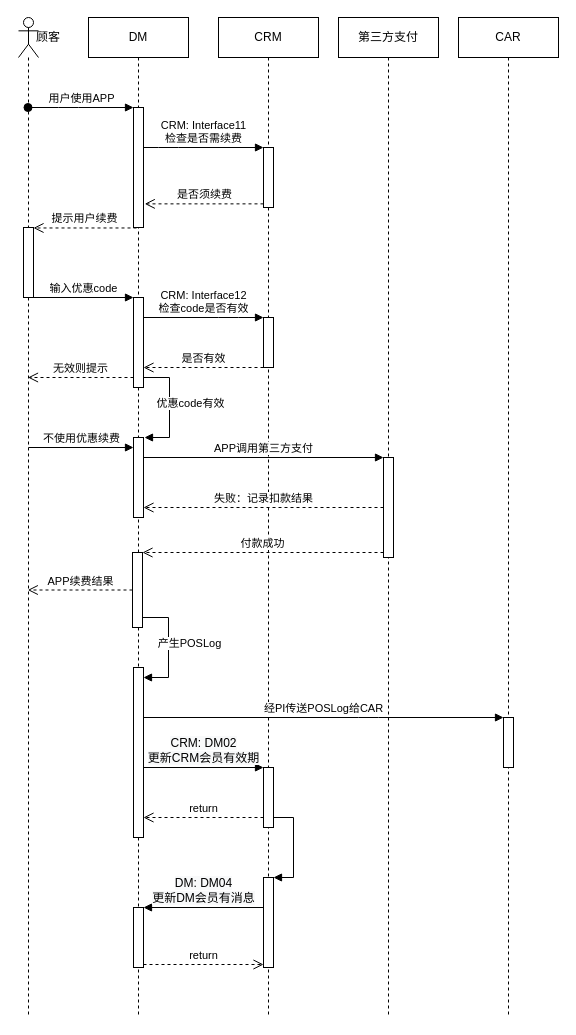
Earlier version of the draw.io diagram page "手动续费2" (3 of 11) of DM系统对接.drawio (luss613/draw.io). Source tidied: cells renumbered, new cells numbered last; positions are measured from the earlier drawing's top-left corner, leaving out a move shared by most shapes. Both pictures are drawn from the tidied source at 100%, with x=0, y=0 at pixel (18, 17).
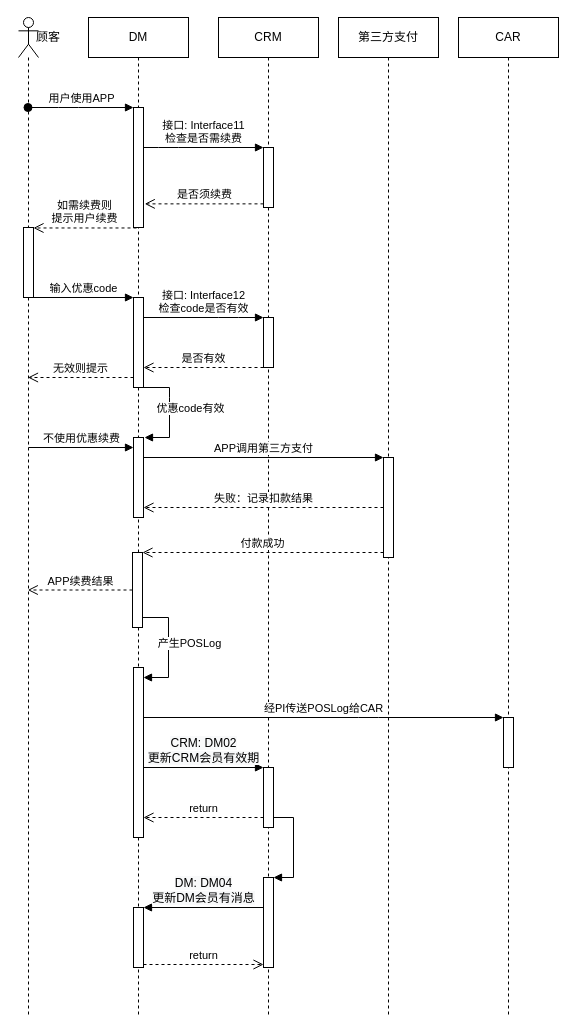
After the change.

Unchanged cells that the change refers to:
```xml
<mxCell id="3" style="html=1;points=[];perimeter=orthogonalPerimeter;" parent="2" vertex="1">
  <mxGeometry x="45" y="130" width="10" height="60" as="geometry" />
</mxCell>
<mxCell id="8" style="html=1;points=[];perimeter=orthogonalPerimeter;" parent="7" vertex="1">
  <mxGeometry x="5" y="210" width="10" height="70" as="geometry" />
</mxCell>
<mxCell id="12" style="html=1;points=[];perimeter=orthogonalPerimeter;" parent="11" vertex="1">
  <mxGeometry x="45" y="90" width="10" height="120" as="geometry" />
</mxCell>
<mxCell id="26" style="html=1;points=[];perimeter=orthogonalPerimeter;" parent="1" vertex="1">
  <mxGeometry x="115" y="280" width="10" height="90" as="geometry" />
</mxCell>
<mxCell id="29" style="html=1;points=[];perimeter=orthogonalPerimeter;" parent="1" vertex="1">
  <mxGeometry x="245" y="300" width="10" height="50" as="geometry" />
</mxCell>
```

Change to the diagram source:
```diff
@@
-    <mxCell id="27" value="CRM: Interface12&lt;br&gt;检查code是否有效" style="html=1;verticalAlign=bottom;endArrow=block;" parent="1" edge="1" source="26" target="29">
+    <mxCell id="27" value="接口: Interface12&lt;br&gt;检查code是否有效" style="html=1;verticalAlign=bottom;endArrow=block;" parent="1" edge="1" source="26" target="29">
       <mxGeometry relative="1" as="geometry">
         <Array as="points">
           <mxPoint x="210" y="300" />
         </Array>
       </mxGeometry>
     </mxCell>
-    <mxCell id="28" value="CRM: Interface11&lt;br&gt;检查是否需续费" style="html=1;verticalAlign=bottom;endArrow=block;" parent="1" edge="1" source="12" target="3">
+    <mxCell id="28" value="接口: Interface11&lt;br&gt;检查是否需续费" style="html=1;verticalAlign=bottom;endArrow=block;" parent="1" edge="1" source="12" target="3">
       <mxGeometry relative="1" as="geometry">
         <Array as="points">
           <mxPoint x="150" y="130" />
         </Array>
       </mxGeometry>
     </mxCell>
@@
-    <mxCell id="30" value="提示用户续费" style="html=1;verticalAlign=bottom;endArrow=open;dashed=1;endSize=8;exitX=0.3;exitY=1.004;exitDx=0;exitDy=0;exitPerimeter=0;" parent="1" edge="1" source="12" target="8">
+    <mxCell id="30" value="如需续费则&lt;br&gt;提示用户续费" style="html=1;verticalAlign=bottom;endArrow=open;dashed=1;endSize=8;exitX=0.3;exitY=1.004;exitDx=0;exitDy=0;exitPerimeter=0;" parent="1" edge="1" source="12" target="8">
       <mxGeometry relative="1" as="geometry" />
     </mxCell>
@@
-    <mxCell id="42" style="html=1;verticalAlign=bottom;endArrow=block;rounded=0;" parent="1" edge="1">
+    <mxCell id="42" style="html=1;verticalAlign=bottom;endArrow=block;rounded=0;" parent="1" edge="1" source="26">
       <mxGeometry relative="1" as="geometry">
-        <mxPoint x="125" y="360" as="sourcePoint" />
         <mxPoint x="126" y="420" as="targetPoint" />
         <Array as="points">
-          <mxPoint x="151" y="360" />
+          <mxPoint x="151" y="370" />
+          <mxPoint x="151" y="380" />
           <mxPoint x="151" y="420" />
         </Array>
       </mxGeometry>
     </mxCell>
```
